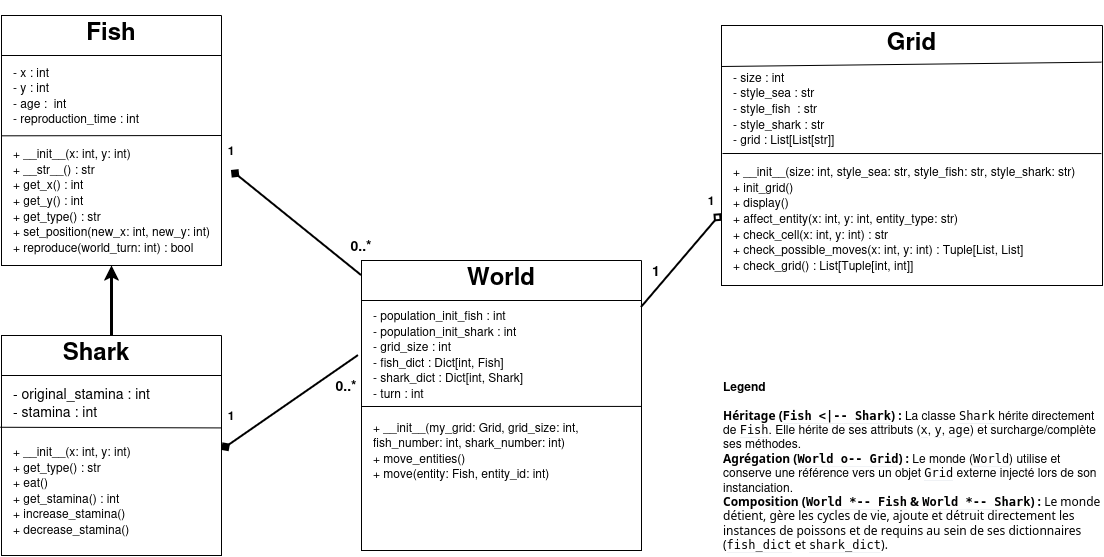
Above: presentation/Wa-Tor.drawio.png in JocelyneMinard/Wa-Tor (draw.io), before the change. Source tidied: cells renumbered, new cells last; positions are measured from the earlier drawing's top-left corner, leaving out a move shared by most shapes.
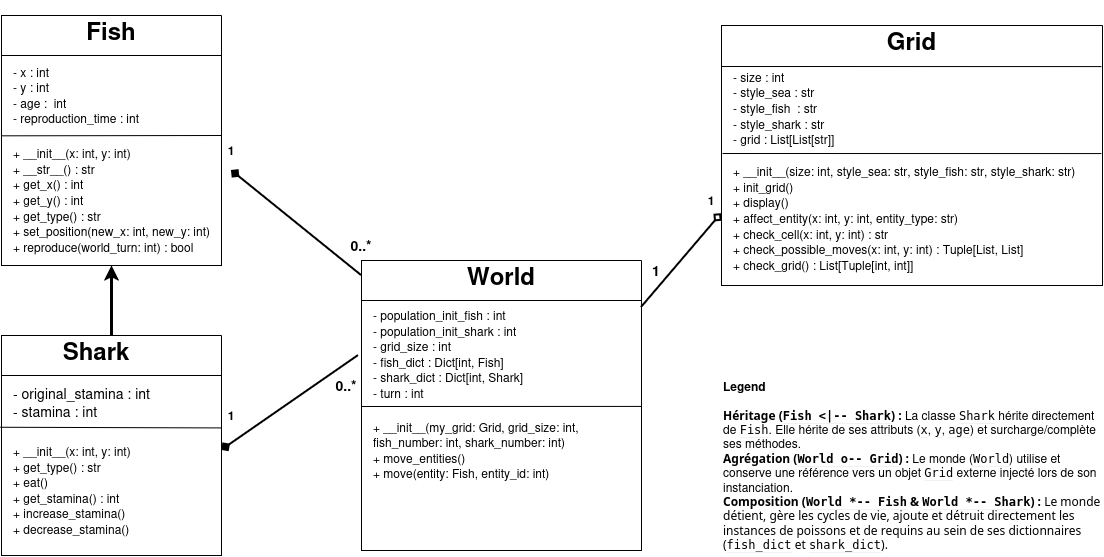
After the change.

Commit message:
correct design uml grid

What changed in the source:
```diff
@@ -47,7 +47,7 @@
     <mxCell id="12" value="&lt;div style=&quot;line-height: 130%;&quot;&gt;+ __init__(size: int, style_sea: str, style_fish: str, style_shark: str)&lt;br/&gt;    + init_grid()&lt;br/&gt;    + display()&lt;br/&gt;    + affect_entity(x: int, y: int, entity_type: str)&lt;br/&gt;    + check_cell(x: int, y: int) : str&lt;br/&gt;    + check_possible_moves(x: int, y: int) : Tuple[List, List]&lt;br/&gt;    + check_grid() : List[Tuple[int, int]]&lt;div&gt;&lt;/div&gt;&lt;/div&gt;" style="text;html=1;whiteSpace=wrap;strokeColor=none;fillColor=none;align=left;verticalAlign=middle;rounded=0;" parent="8" vertex="1">
       <mxGeometry x="10" y="133" width="371" height="120" as="geometry" />
     </mxCell>
-    <mxCell id="13" style="endArrow=none;html=1;rounded=0;exitX=0.997;exitY=0.141;exitDx=0;exitDy=0;exitPerimeter=0;" parent="8" edge="1" source="8">
+    <mxCell id="13" style="endArrow=none;html=1;rounded=0;exitX=0.997;exitY=0.158;exitDx=0;exitDy=0;exitPerimeter=0;" parent="8" edge="1" source="8">
       <mxGeometry relative="1" as="geometry">
         <mxPoint y="41" as="targetPoint" />
       </mxGeometry>
```
